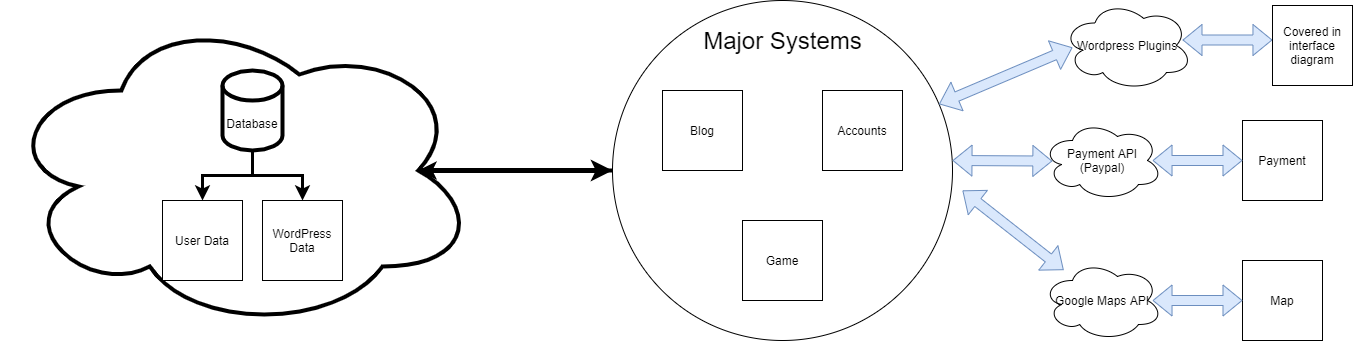
The draw.io diagram Deliverables/Week_4/High_Level_Architecture.png in Hanandrof/Group-3-Repository, before a commit. Source tidied: cells renumbered, new cells last; positions are measured from the earlier drawing's top-left corner, leaving out a move shared by most shapes.
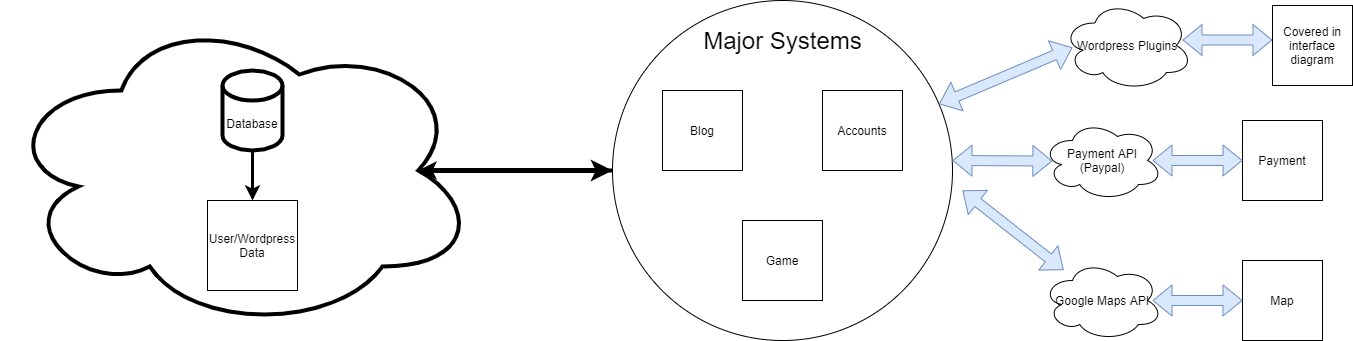
The same diagram one commit later.

The edit, as a diff of the source:
```diff
@@ -29,21 +29,15 @@
     <mxCell id="10" value="Map" style="rounded=0;whiteSpace=wrap;html=1;" parent="1" vertex="1">
       <mxGeometry x="1240" y="260" width="80" height="80" as="geometry" />
     </mxCell>
-    <mxCell id="11" value="User Data" style="rounded=0;whiteSpace=wrap;html=1;" parent="1" vertex="1">
-      <mxGeometry x="160" y="200" width="80" height="80" as="geometry" />
+    <mxCell id="11" value="User/Wordpress Data" style="rounded=0;whiteSpace=wrap;html=1;" parent="1" vertex="1">
+      <mxGeometry x="205" y="200" width="90" height="90" as="geometry" />
     </mxCell>
-    <mxCell id="12" value="WordPress Data" style="rounded=0;whiteSpace=wrap;html=1;" parent="1" vertex="1">
-      <mxGeometry x="260" y="200" width="80" height="80" as="geometry" />
-    </mxCell>
     <mxCell id="13" value="Accounts" style="rounded=0;whiteSpace=wrap;html=1;" parent="1" vertex="1">
       <mxGeometry x="820" y="90" width="80" height="80" as="geometry" />
     </mxCell>
     <mxCell id="14" style="edgeStyle=orthogonalEdgeStyle;rounded=0;jettySize=auto;html=1;entryX=0.5;entryY=0;entryDx=0;entryDy=0;strokeWidth=3;" parent="1" edge="1" source="16" target="11">
       <mxGeometry relative="1" as="geometry" />
     </mxCell>
-    <mxCell id="15" style="edgeStyle=orthogonalEdgeStyle;rounded=0;jettySize=auto;html=1;entryX=0.5;entryY=0;entryDx=0;entryDy=0;strokeWidth=3;" parent="1" edge="1" source="16" target="12">
-      <mxGeometry relative="1" as="geometry" />
-    </mxCell>
     <mxCell id="16" value="Database" style="shape=cylinder3;whiteSpace=wrap;html=1;boundedLbl=1;backgroundOutline=1;size=15;strokeWidth=4;" parent="1" vertex="1">
       <mxGeometry x="220" y="70" width="60" height="80" as="geometry" />
     </mxCell>
```
